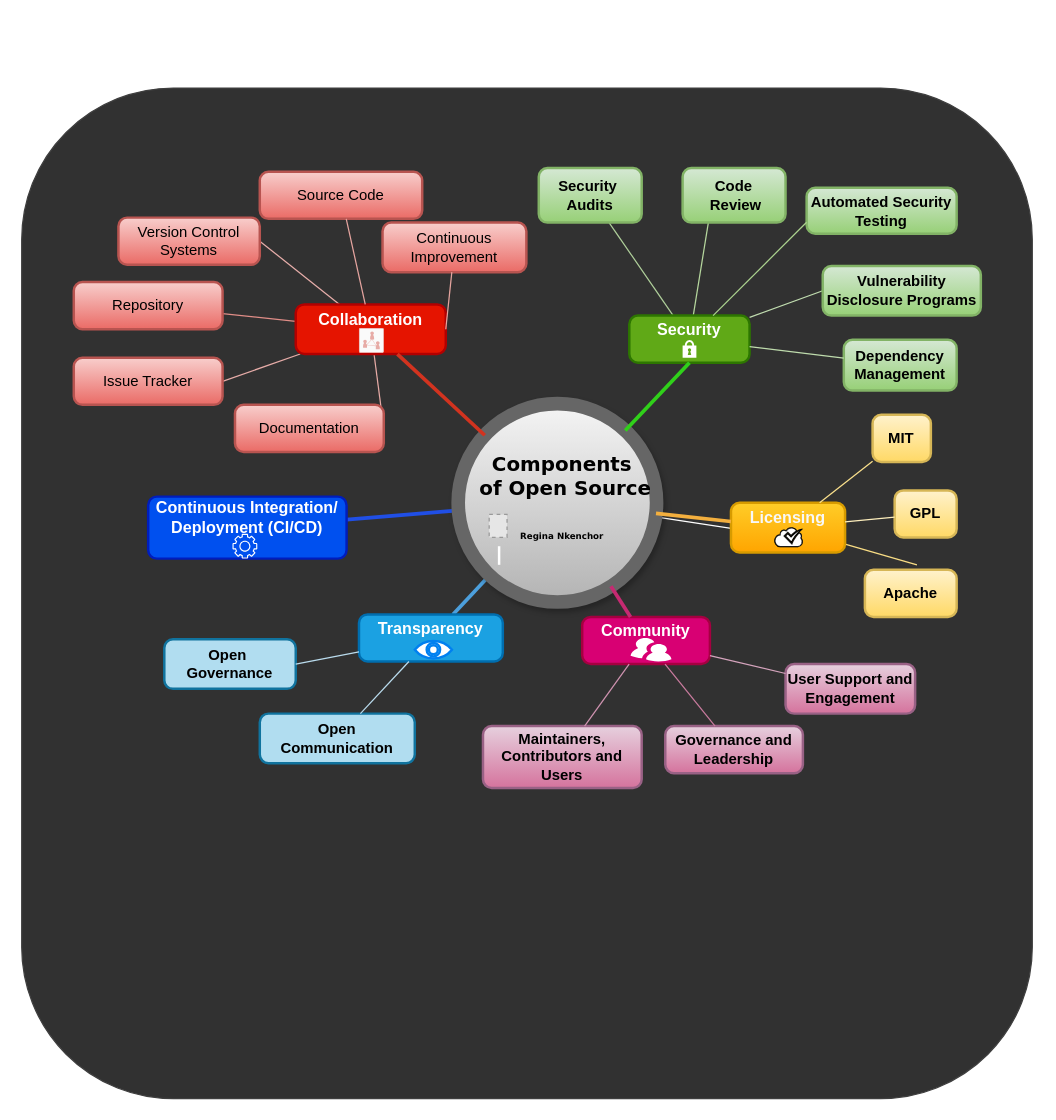
Above: Untitled Diagram.drawio in nkemregina/Open-Source-OSPO-Diagrams (draw.io), before the change. Source tidied: cells renumbered, new cells numbered last; positions are measured from the earlier drawing's top-left corner, leaving out a move shared by most shapes. Both pictures are drawn from the tidied source at 124%, with x=0, y=0 at pixel (21, 87). Pictures stored in the file or linked from it are replaced by grey dashed boxes.
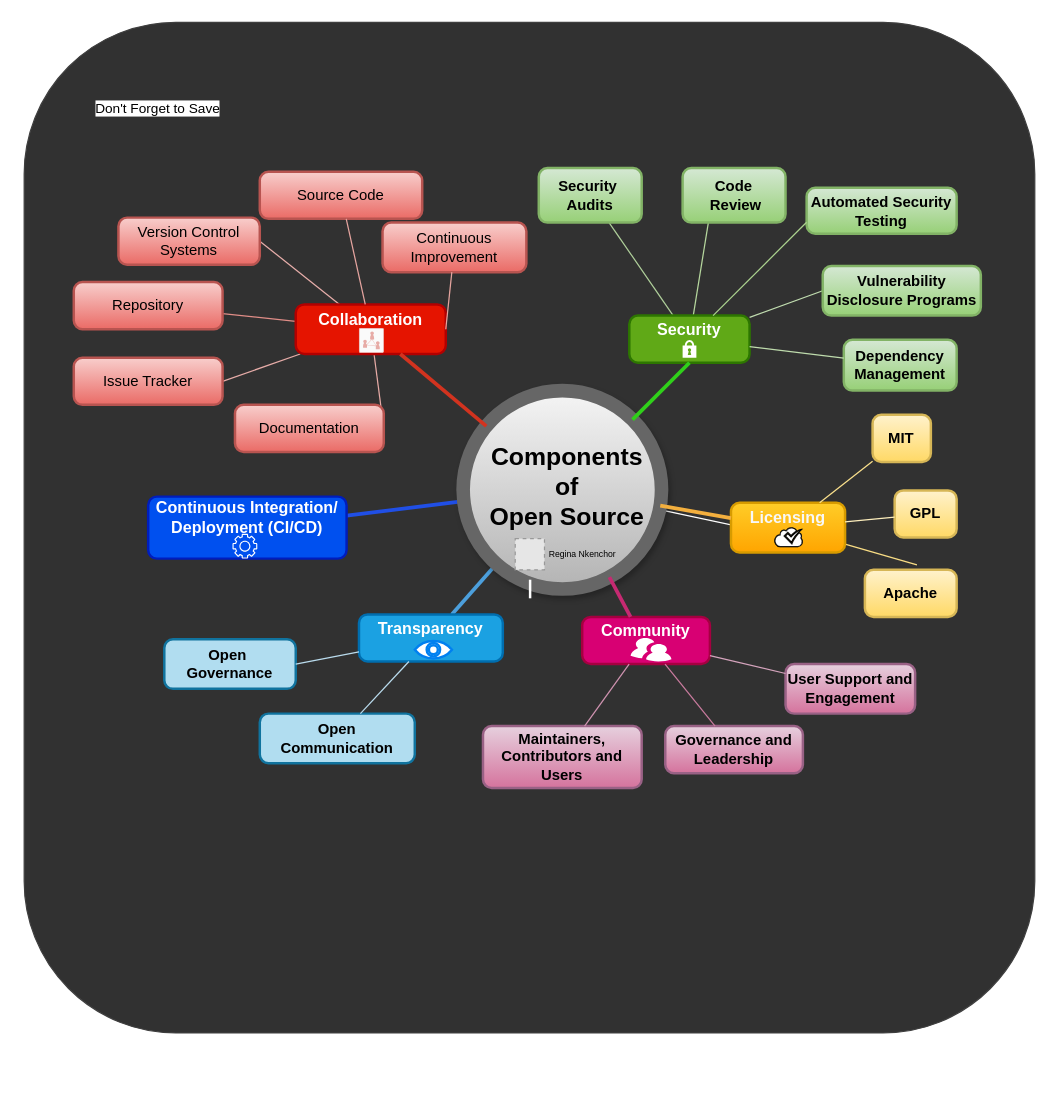
The same diagram, later.

The edit, as a diff of the source:
```diff
@@
     <mxCell id="2" style="whiteSpace=wrap;html=1;fontFamily=Helvetica;fontSize=11;fontColor=default;labelBackgroundColor=default;strokeColor=#3f3f3f;fillColor=#313131;fontStyle=1;rounded=1;" parent="1" vertex="1">
-      <mxGeometry y="0.5" width="815" height="815" as="geometry" />
+      <mxGeometry x="2" y="-52.5" width="815" height="815" as="geometry" />
     </mxCell>
@@
-    <mxCell id="6" value="&lt;div style=&quot;font-size: 17px;&quot;&gt;&lt;font style=&quot;font-size: 17px;&quot; face=&quot;Verdana&quot;&gt;&lt;br&gt;&lt;/font&gt;&lt;/div&gt;&lt;div style=&quot;font-size: 16px;&quot;&gt;&lt;font style=&quot;font-size: 16px;&quot; face=&quot;Verdana&quot;&gt;Components&lt;/font&gt;&lt;/div&gt;&lt;div style=&quot;font-size: 16px;&quot;&gt;&lt;font style=&quot;font-size: 16px;&quot; face=&quot;Verdana&quot;&gt;&amp;nbsp;of &lt;/font&gt;&lt;font style=&quot;font-size: 16px;&quot; face=&quot;Verdana&quot;&gt;Open Source&lt;/font&gt;&lt;/div&gt;&lt;div style=&quot;font-size: 7px;&quot;&gt;&lt;font style=&quot;font-size: 7px;&quot; face=&quot;Verdana&quot;&gt;&lt;br&gt;&lt;/font&gt;&lt;/div&gt;&lt;div style=&quot;font-size: 7px;&quot;&gt;&lt;font style=&quot;font-size: 7px;&quot; face=&quot;Verdana&quot;&gt;&lt;br&gt;&lt;/font&gt;&lt;/div&gt;&lt;div style=&quot;font-size: 7px;&quot;&gt;&lt;font style=&quot;font-size: 7px;&quot; face=&quot;Verdana&quot;&gt;&lt;br&gt;&lt;/font&gt;&lt;/div&gt;&lt;div style=&quot;font-size: 7px;&quot;&gt;&lt;font style=&quot;font-size: 7px;&quot; face=&quot;Verdana&quot;&gt;Regina Nkenchor &lt;br&gt;&lt;/font&gt;&lt;/div&gt;&lt;div style=&quot;font-size: 7px;&quot;&gt;&lt;font style=&quot;font-size: 7px;&quot; face=&quot;Verdana&quot;&gt;&lt;br&gt;&lt;/font&gt;&lt;/div&gt;&lt;div style=&quot;font-size: 7px;&quot;&gt;&lt;font style=&quot;font-size: 7px;&quot; face=&quot;Verdana&quot;&gt;&lt;br&gt;&lt;/font&gt;&lt;/div&gt;&lt;div style=&quot;font-size: 7px;&quot;&gt;&lt;font style=&quot;font-size: 7px;&quot; face=&quot;Verdana&quot;&gt;&amp;nbsp; &lt;br&gt;&lt;/font&gt;&lt;/div&gt;&lt;div style=&quot;font-size: 17px;&quot;&gt;&lt;font style=&quot;font-size: 17px;&quot; face=&quot;Verdana&quot;&gt;&lt;br&gt;&lt;/font&gt;&lt;/div&gt;" style="ellipse;strokeWidth=11;whiteSpace=wrap;fontStyle=1;fillColor=#f5f5f5;shadow=1;strokeColor=#666666;gradientColor=#b3b3b3;fontSize=14;labelBorderColor=none;html=1;portConstraintRotation=0;movableLabel=1;" parent="1" vertex="1">
-      <mxGeometry x="352" y="255" width="160" height="160" as="geometry">
+    <mxCell id="6" value="&lt;div style=&quot;font-size: 20px;&quot;&gt;&lt;font style=&quot;font-size: 20px;&quot; face=&quot;Times New Roman&quot;&gt;&lt;br&gt;&lt;/font&gt;&lt;/div&gt;&lt;div style=&quot;font-size: 20px;&quot;&gt;&lt;font style=&quot;font-size: 20px;&quot; face=&quot;5M5m2MdW8WImfhbd9H8V&quot;&gt;&lt;br&gt;&lt;/font&gt;&lt;/div&gt;&lt;div style=&quot;font-size: 20px;&quot;&gt;&lt;font style=&quot;font-size: 20px;&quot; face=&quot;5M5m2MdW8WImfhbd9H8V&quot;&gt;&lt;br&gt;&lt;/font&gt;&lt;/div&gt;&lt;div style=&quot;font-size: 20px;&quot;&gt;&lt;font style=&quot;font-size: 20px;&quot; face=&quot;5M5m2MdW8WImfhbd9H8V&quot;&gt;&lt;br&gt;&lt;/font&gt;&lt;/div&gt;&lt;div style=&quot;font-size: 20px;&quot;&gt;&lt;font style=&quot;font-size: 20px;&quot; face=&quot;5M5m2MdW8WImfhbd9H8V&quot;&gt;&lt;br&gt;&lt;/font&gt;&lt;/div&gt;&lt;div style=&quot;font-size: 20px;&quot;&gt;&lt;font style=&quot;font-size: 20px;&quot; face=&quot;5M5m2MdW8WImfhbd9H8V&quot;&gt;&lt;br&gt;&lt;/font&gt;&lt;/div&gt;&lt;div style=&quot;font-size: 20px;&quot;&gt;&lt;font style=&quot;font-size: 20px;&quot; face=&quot;5M5m2MdW8WImfhbd9H8V&quot;&gt;Components&lt;/font&gt;&lt;/div&gt;&lt;div style=&quot;font-size: 20px;&quot;&gt;&lt;font style=&quot;font-size: 20px;&quot; face=&quot;5M5m2MdW8WImfhbd9H8V&quot;&gt;of &lt;/font&gt;&lt;font style=&quot;font-size: 20px;&quot; face=&quot;5M5m2MdW8WImfhbd9H8V&quot;&gt;&lt;br&gt;&lt;/font&gt;&lt;/div&gt;&lt;div style=&quot;font-size: 20px;&quot;&gt;&lt;font style=&quot;font-size: 20px;&quot; face=&quot;5M5m2MdW8WImfhbd9H8V&quot;&gt;Open Source&lt;/font&gt;&lt;/div&gt;&lt;div style=&quot;font-size: 20px;&quot;&gt;&lt;font style=&quot;font-size: 20px;&quot; face=&quot;5M5m2MdW8WImfhbd9H8V&quot;&gt;&lt;br&gt;&lt;/font&gt;&lt;/div&gt;&lt;div style=&quot;font-size: 20px;&quot;&gt;&lt;font style=&quot;font-size: 20px;&quot; face=&quot;5M5m2MdW8WImfhbd9H8V&quot;&gt;&lt;br&gt;&lt;/font&gt;&lt;/div&gt;&lt;div style=&quot;font-size: 20px;&quot;&gt;&lt;font style=&quot;font-size: 20px;&quot; face=&quot;5M5m2MdW8WImfhbd9H8V&quot;&gt;&lt;br&gt;&lt;/font&gt;&lt;/div&gt;&lt;div style=&quot;font-size: 20px;&quot;&gt;&lt;font style=&quot;font-size: 20px;&quot; face=&quot;5M5m2MdW8WImfhbd9H8V&quot;&gt;&lt;br&gt;&lt;/font&gt;&lt;/div&gt;&lt;div style=&quot;font-size: 20px;&quot;&gt;&lt;font style=&quot;font-size: 20px;&quot; face=&quot;5M5m2MdW8WImfhbd9H8V&quot;&gt;&lt;br&gt;&lt;/font&gt;&lt;/div&gt;&lt;div style=&quot;font-size: 20px;&quot;&gt;&lt;font style=&quot;font-size: 20px;&quot; face=&quot;5M5m2MdW8WImfhbd9H8V&quot;&gt;&amp;nbsp; &lt;br&gt;&lt;/font&gt;&lt;/div&gt;&lt;div style=&quot;font-size: 20px;&quot;&gt;&lt;font style=&quot;font-size: 20px;&quot; face=&quot;5M5m2MdW8WImfhbd9H8V&quot;&gt;&lt;br&gt;&lt;/font&gt;&lt;/div&gt;" style="ellipse;strokeWidth=11;whiteSpace=wrap;fontStyle=1;fillColor=#f5f5f5;shadow=1;strokeColor=#666666;gradientColor=#b3b3b3;fontSize=16;labelBorderColor=none;html=1;portConstraintRotation=0;movableLabel=1;align=center;" parent="1" vertex="1">
+      <mxGeometry x="356" y="244.5" width="160" height="160" as="geometry">
         <mxPoint x="4" y="8" as="offset" />
       </mxGeometry>
     </mxCell>
@@
-    <mxCell id="63" value="&#10;" style="fillColor=#E6E6E6;strokeColor=#999999;dashed=1;verticalLabelPosition=bottom;labelBackgroundColor=default;verticalAlign=top;" parent="1" vertex="1">
-      <mxGeometry x="377" y="344.4" width="14.4" height="18.4" as="geometry" />
-    </mxCell>
+    <mxCell id="64" value="&#10;" style="fillColor=#E6E6E6;strokeColor=#999999;dashed=1;verticalLabelPosition=bottom;labelBackgroundColor=default;verticalAlign=top;" parent="1" vertex="1">
+      <mxGeometry x="398" y="363.9" width="23.6" height="25.1" as="geometry" />
+    </mxCell>
+    <mxCell id="65" value="Regina Nkenchor " style="text;html=1;align=center;verticalAlign=middle;whiteSpace=wrap;rounded=0;fontFamily=Helvetica;fontSize=7;fontColor=default;labelBackgroundColor=none;" parent="1" vertex="1">
+      <mxGeometry x="420" y="372" width="65" height="10" as="geometry" />
+    </mxCell>
+    <mxCell id="66" value="Don't Forget to Save" style="text;html=1;align=center;verticalAlign=middle;whiteSpace=wrap;rounded=0;fontFamily=Helvetica;fontSize=11;fontColor=default;labelBackgroundColor=default;" parent="1" vertex="1">
+      <mxGeometry x="50" y="2" width="120" height="30" as="geometry" />
+    </mxCell>
```
